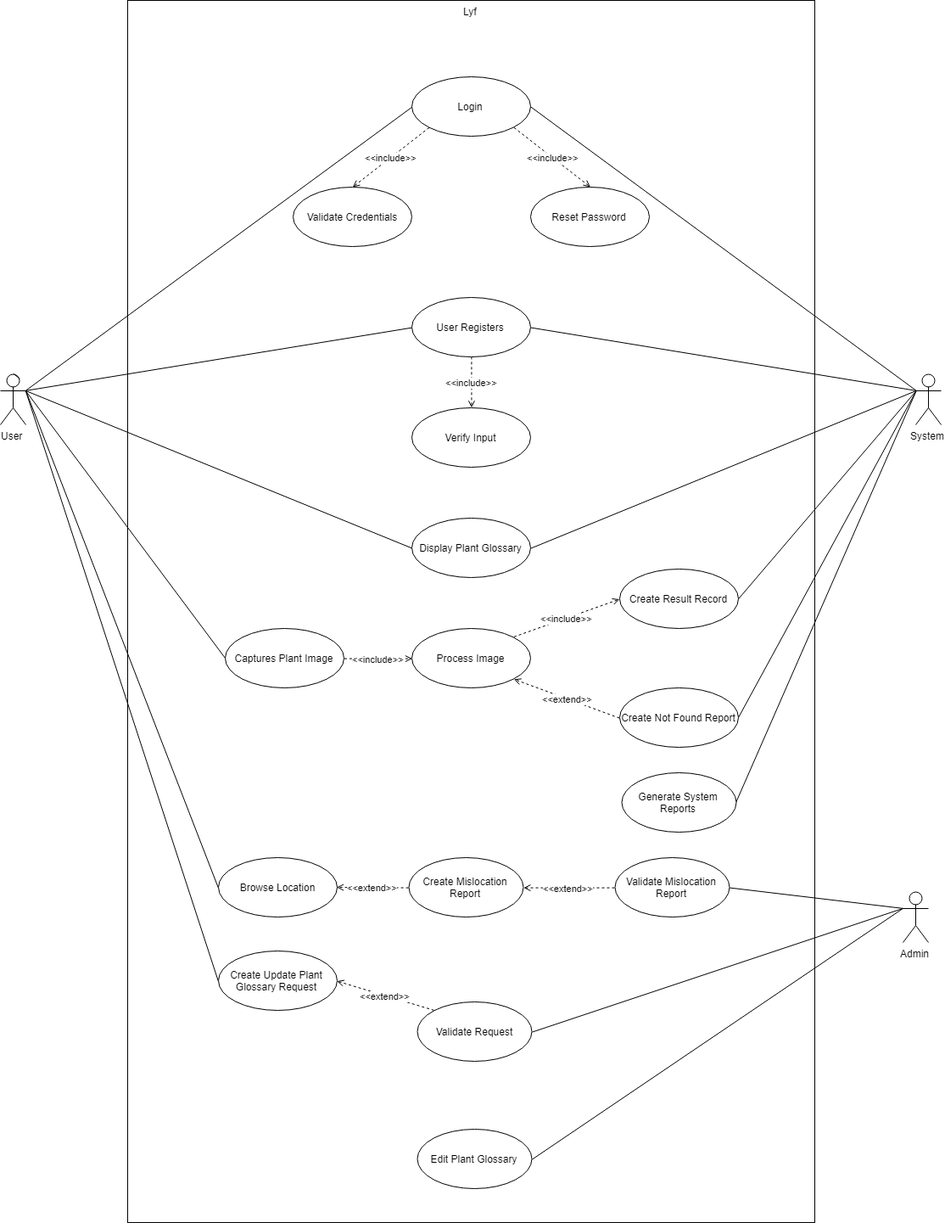
Before: Documentations/Diagrams (Midterms)/Use Case Diagram/Use Case Diagram.png, a diagram exported from draw.io (seans888/project--lyf). Source tidied: cells renumbered, new cells last; positions are measured from the earlier drawing's top-left corner, leaving out a move shared by most shapes.
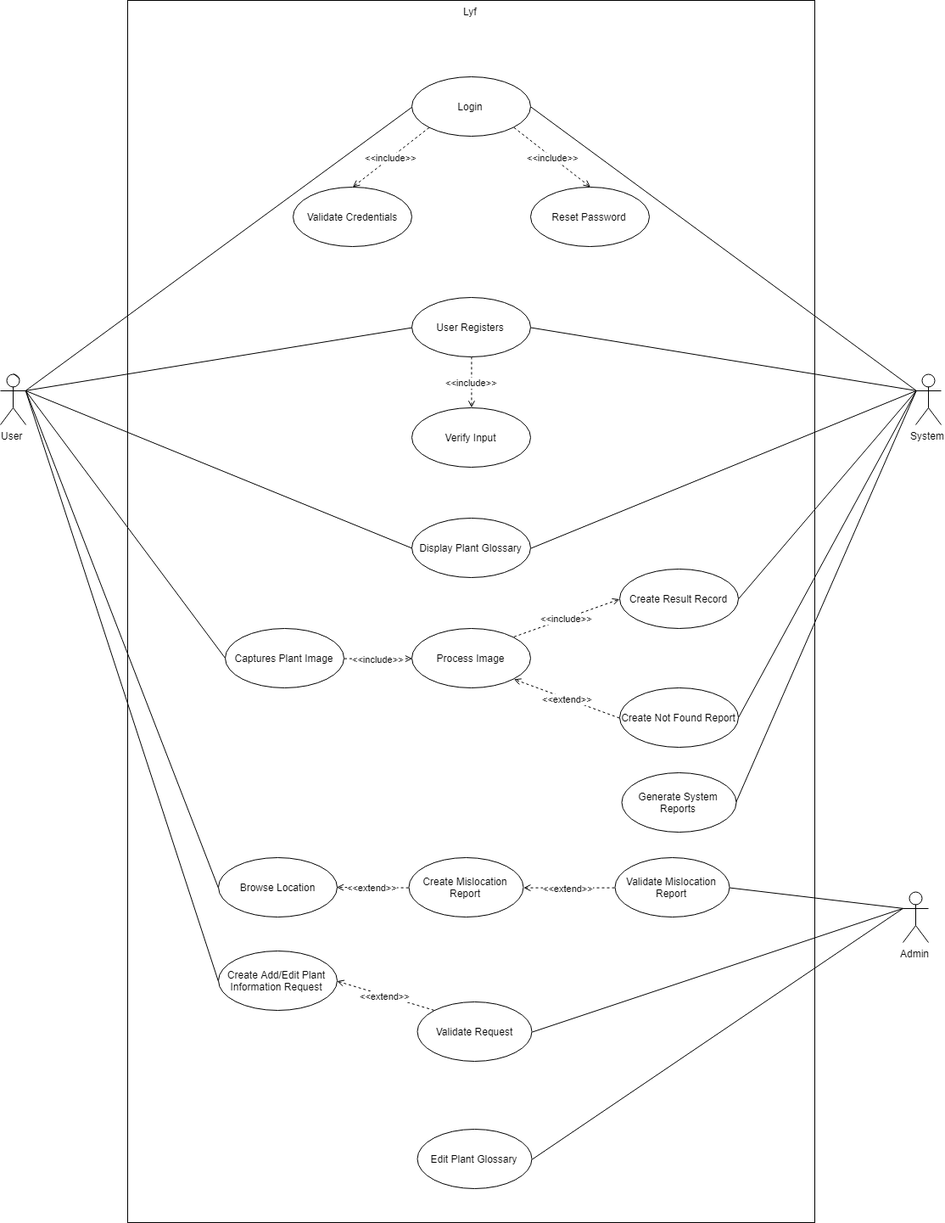
The same file after the commit.

The edit, as a diff of the source:
```diff
@@ -112,7 +112,7 @@
     <mxCell id="37" style="edgeStyle=none;rounded=0;jettySize=auto;html=1;exitX=0;exitY=0.5;exitDx=0;exitDy=0;entryX=1;entryY=0.3333333333333333;entryDx=0;entryDy=0;entryPerimeter=0;endArrow=none;endFill=0;" parent="1" edge="1" source="38" target="6">
       <mxGeometry relative="1" as="geometry" />
     </mxCell>
-    <mxCell id="38" value="Create Update Plant Glossary Request" style="ellipse;whiteSpace=wrap;html=1;" parent="1" vertex="1">
+    <mxCell id="38" value="Create Add/Edit Plant Information Request" style="ellipse;whiteSpace=wrap;html=1;" parent="1" vertex="1">
       <mxGeometry x="256.5" y="1120" width="140" height="70" as="geometry" />
     </mxCell>
     <mxCell id="39" value="&amp;lt;&amp;lt;extend&amp;gt;&amp;gt;" style="edgeStyle=none;rounded=0;jettySize=auto;html=1;exitX=0;exitY=0;exitDx=0;exitDy=0;entryX=1;entryY=0.5;entryDx=0;entryDy=0;dashed=1;endArrow=open;endFill=0;" parent="1" edge="1" source="41" target="38">
```
